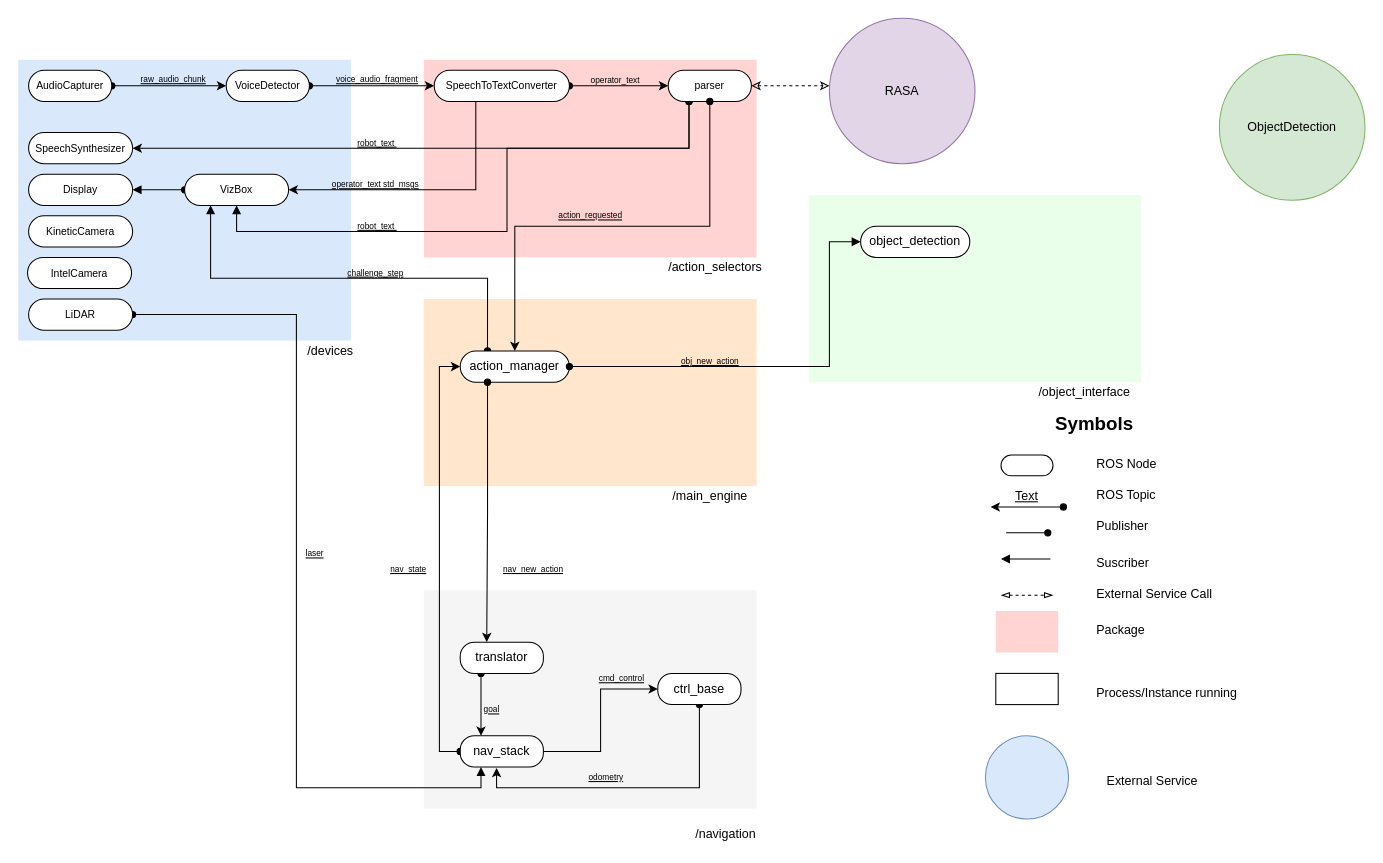
RoBorregos/robocup-home keeps this draw.io diagram as Untitled Diagram.drawio. Above is the earlier version. Source tidied: cells renumbered, new cells numbered last; positions are measured from the earlier drawing's top-left corner, leaving out a move shared by most shapes. Both pictures are drawn from the tidied source at 104%, with x=0, y=0 at pixel (18, 18).
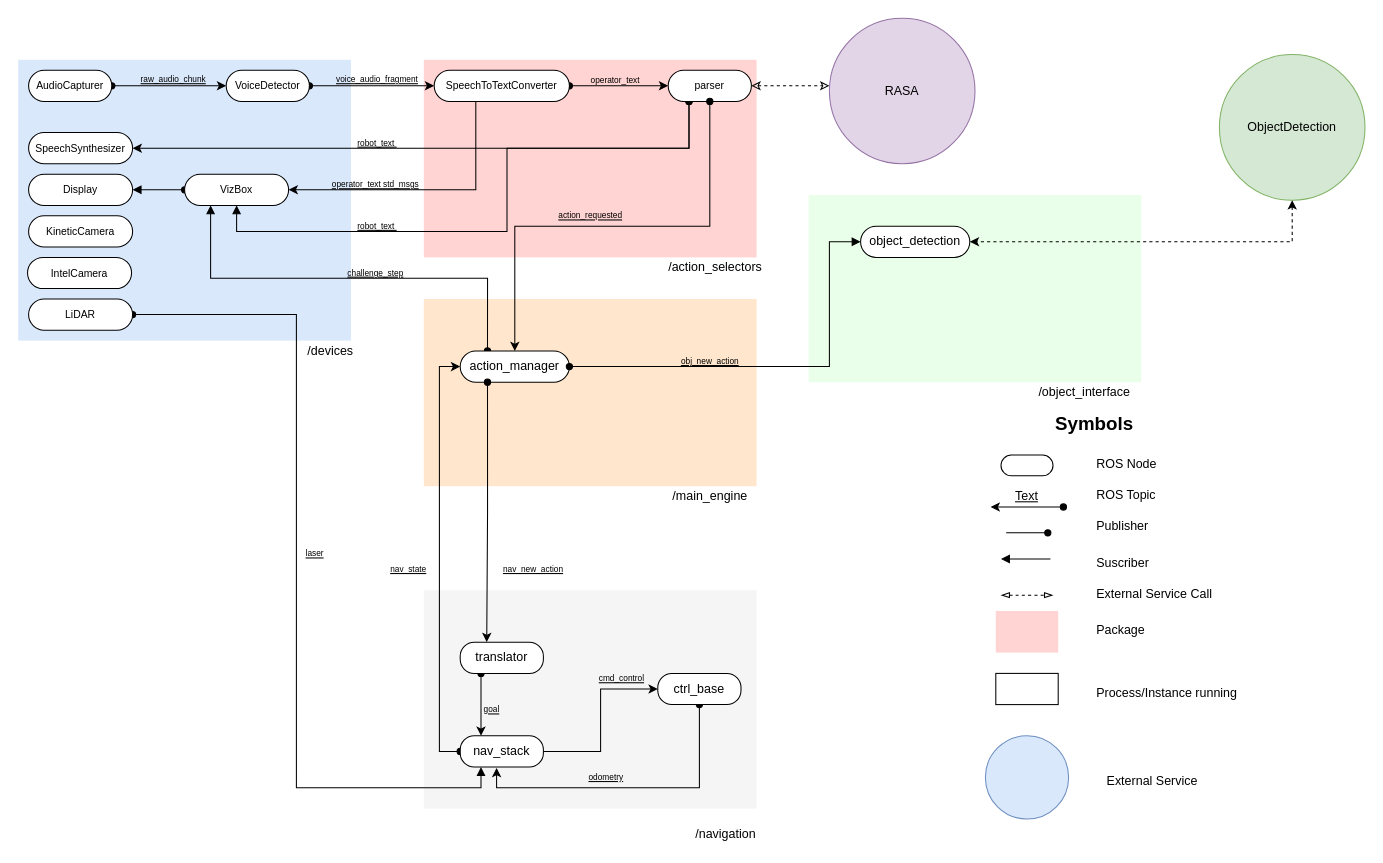
Above is the later version.

Commit message:
Added conection to Object Detection

Unchanged cells that the change refers to:
```xml
<mxCell id="65" value="ObjectDetection" style="ellipse;whiteSpace=wrap;html=1;fillColor=#d5e8d4;strokeColor=#82b366;" parent="1" vertex="1">
  <mxGeometry x="1155" y="35" width="140" height="140" as="geometry" />
</mxCell>
<mxCell id="77" value="object_detection" style="rounded=1;whiteSpace=wrap;html=1;arcSize=50;" parent="1" vertex="1">
  <mxGeometry x="810" y="200" width="105" height="30" as="geometry" />
</mxCell>
```

Diff of the diagram source:
```diff
@@
+    <mxCell id="80" style="edgeStyle=orthogonalEdgeStyle;rounded=0;jettySize=auto;html=1;exitX=0.5;exitY=1;exitDx=0;exitDy=0;entryX=1;entryY=0.5;entryDx=0;entryDy=0;startArrow=classic;startFill=1;endArrow=classic;endFill=1;dashed=1;" parent="1" edge="1" source="65" target="77">
+      <mxGeometry relative="1" as="geometry" />
+    </mxCell>
```
